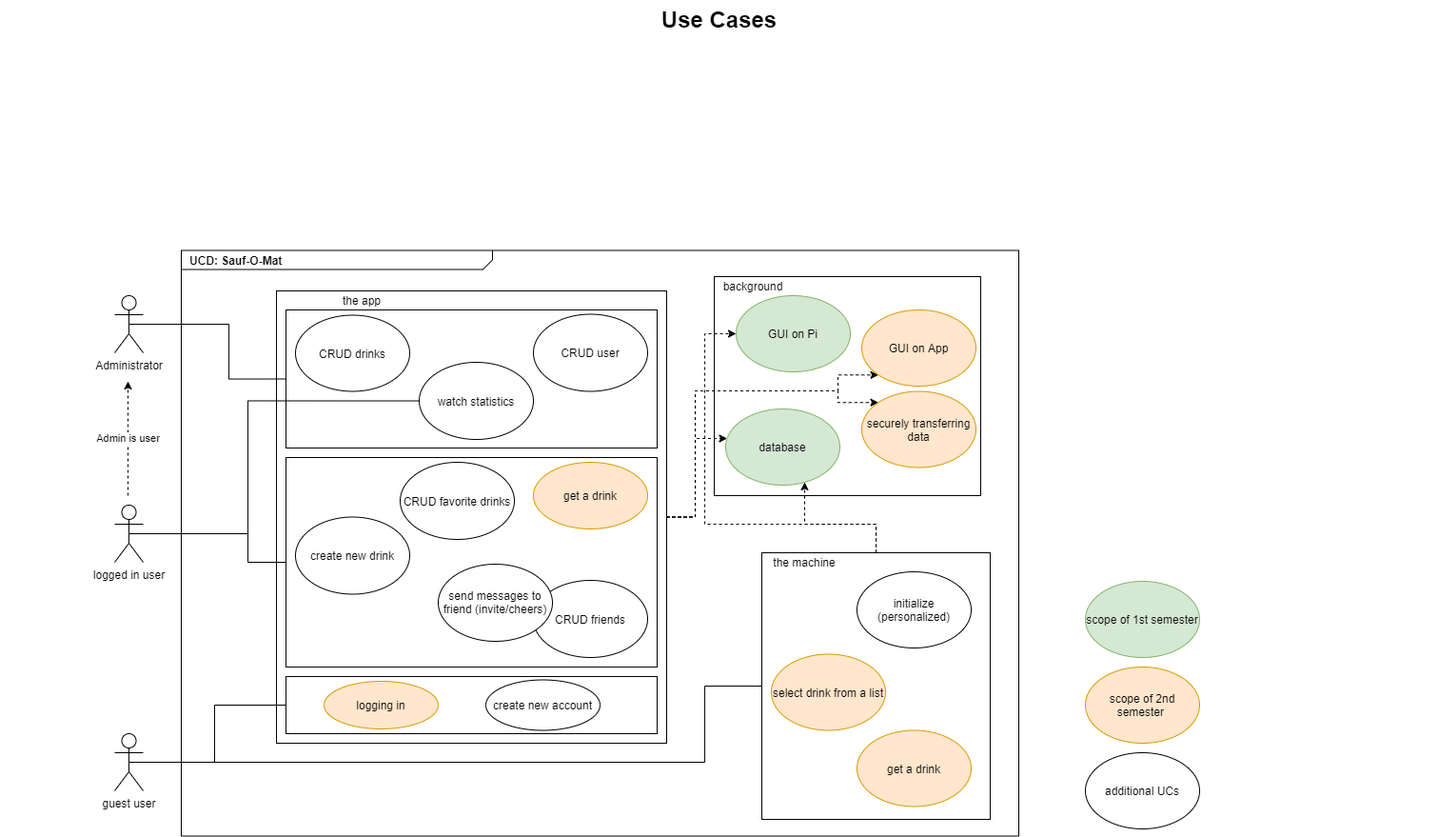
Above: UseCaseDiagram.png in TheLordXII/OneTouch (draw.io), before the change. Source tidied: cells renumbered, new cells last; positions are measured from the earlier drawing's top-left corner, leaving out a move shared by most shapes.
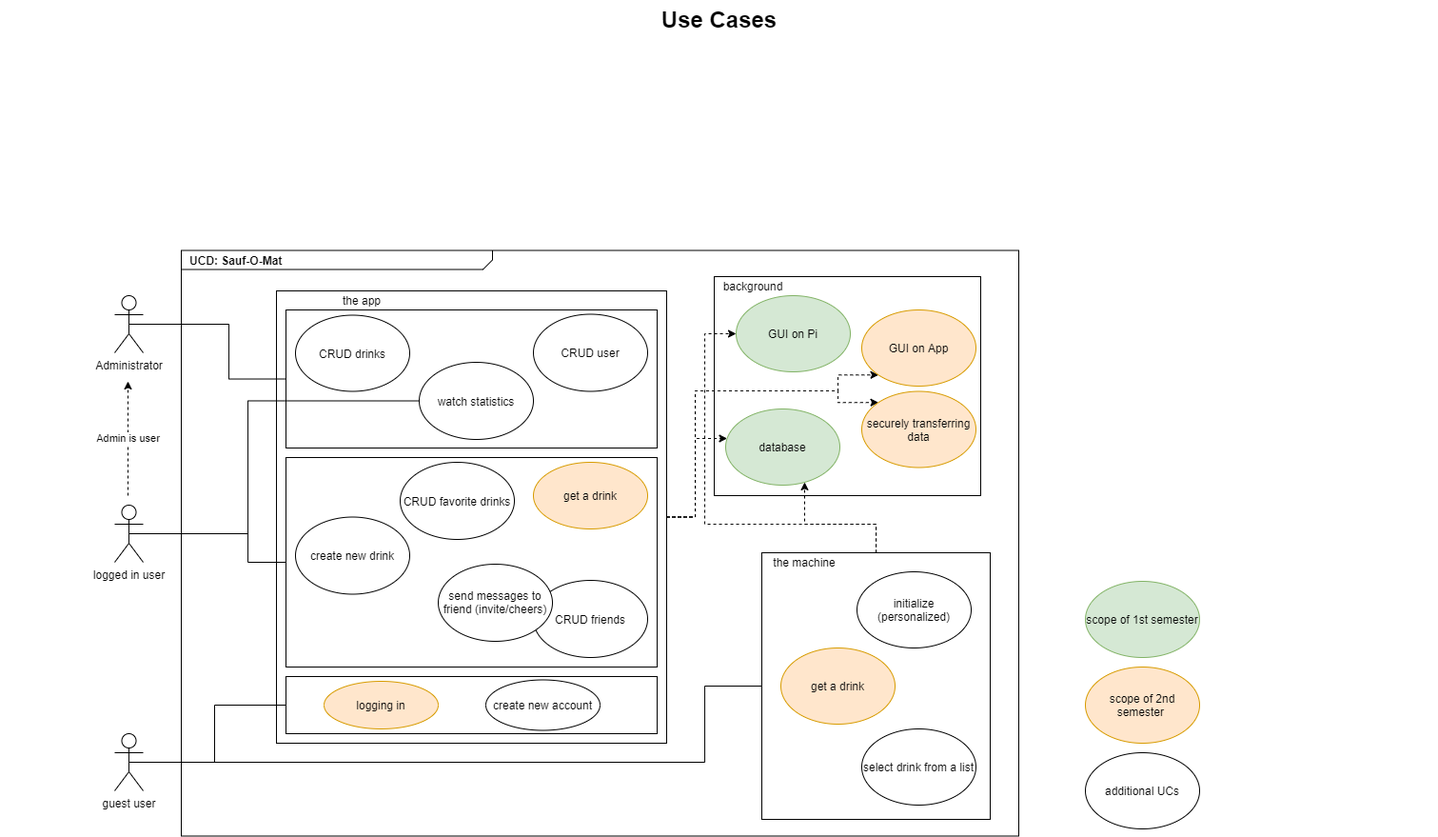
Above is the later version.

The edit, as a diff of the source:
```diff
@@ -80,10 +80,10 @@
       <mxGeometry x="120" y="310" width="30" height="60" as="geometry" />
     </mxCell>
     <mxCell id="16" value="get a drink" style="ellipse;whiteSpace=wrap;html=1;fillColor=#ffe6cc;strokeColor=#d79b00;" parent="1" vertex="1">
-      <mxGeometry x="900" y="766.5" width="120" height="80" as="geometry" />
+      <mxGeometry x="820" y="680" width="120" height="80" as="geometry" />
     </mxCell>
-    <mxCell id="17" value="select drink from a list" style="ellipse;whiteSpace=wrap;html=1;fillColor=#ffe6cc;strokeColor=#d79b00;" parent="1" vertex="1">
-      <mxGeometry x="810" y="686.5" width="120" height="80" as="geometry" />
+    <mxCell id="17" value="select drink from a list" style="ellipse;whiteSpace=wrap;html=1;" parent="1" vertex="1">
+      <mxGeometry x="905" y="765" width="120" height="80" as="geometry" />
     </mxCell>
     <mxCell id="18" value="the machine" style="text;html=1;strokeColor=none;fillColor=none;align=center;verticalAlign=middle;whiteSpace=wrap;rounded=0;" parent="1" vertex="1">
       <mxGeometry x="800" y="580" width="90" height="20" as="geometry" />
```
